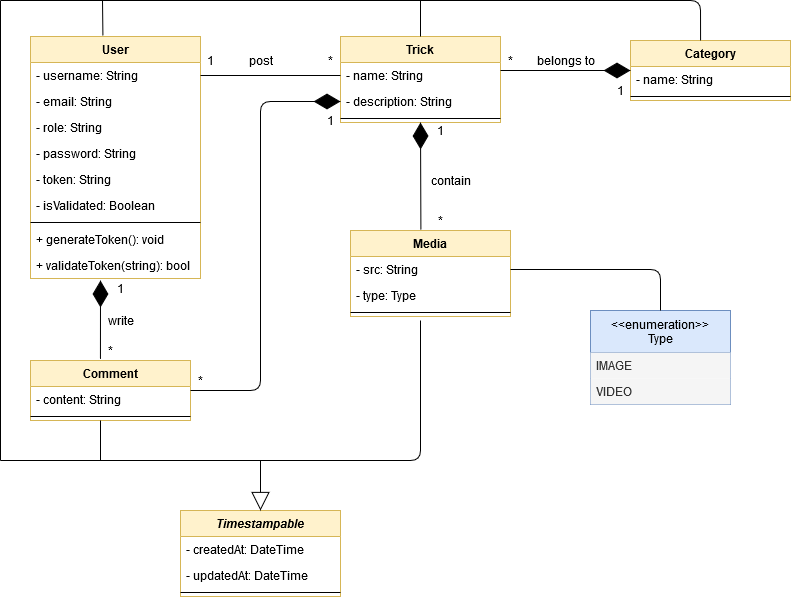
Eredost/SnowTricks keeps this draw.io diagram as diagrams/Class.png. Above is the earlier version. Source tidied: cells renumbered, new cells last; positions are measured from the earlier drawing's top-left corner, leaving out a move shared by most shapes.
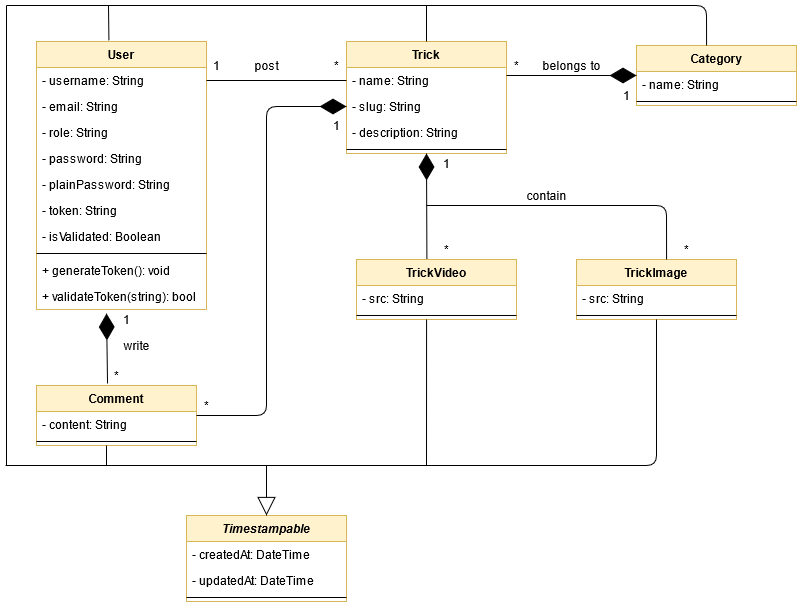
After the change.

Diff of the diagram source:
```diff
@@ -12,47 +12,31 @@
       <mxGeometry y="52" width="160" height="8" as="geometry" />
     </mxCell>
     <mxCell id="5" value="Trick" style="swimlane;fontStyle=1;align=center;verticalAlign=top;horizontal=1;startSize=26;fillColor=#fff2cc;strokeColor=#d6b656;" parent="1" vertex="1">
-      <mxGeometry x="340" y="36" width="160" height="86" as="geometry" />
+      <mxGeometry x="340" y="36" width="160" height="112" as="geometry" />
     </mxCell>
     <mxCell id="6" value="- name: String" style="text;strokeColor=none;fillColor=none;align=left;verticalAlign=top;spacingLeft=4;spacingRight=4;overflow=hidden;points=[[0,0.5],[1,0.5]];portConstraint=eastwest;" parent="5" vertex="1">
       <mxGeometry y="26" width="160" height="26" as="geometry" />
     </mxCell>
+    <mxCell id="60" value="- slug: String" style="text;strokeColor=none;fillColor=none;align=left;verticalAlign=top;spacingLeft=4;spacingRight=4;overflow=hidden;points=[[0,0.5],[1,0.5]];portConstraint=eastwest;" parent="5" vertex="1">
+      <mxGeometry y="52" width="160" height="26" as="geometry" />
+    </mxCell>
     <mxCell id="7" value="- description: String" style="text;strokeColor=none;fillColor=none;align=left;verticalAlign=top;spacingLeft=4;spacingRight=4;overflow=hidden;points=[[0,0.5],[1,0.5]];portConstraint=eastwest;" parent="5" vertex="1">
-      <mxGeometry y="52" width="160" height="26" as="geometry" />
+      <mxGeometry y="78" width="160" height="26" as="geometry" />
     </mxCell>
     <mxCell id="8" style="line;strokeWidth=1;fillColor=none;align=left;verticalAlign=middle;spacingTop=-1;spacingLeft=3;spacingRight=3;labelPosition=right;" parent="5" vertex="1">
-      <mxGeometry y="78" width="160" height="8" as="geometry" />
+      <mxGeometry y="104" width="160" height="8" as="geometry" />
     </mxCell>
-    <mxCell id="9" value="Media" style="swimlane;fontStyle=1;align=center;verticalAlign=top;horizontal=1;startSize=26;fillColor=#fff2cc;strokeColor=#d6b656;" parent="1" vertex="1">
-      <mxGeometry x="350" y="230" width="160" height="86" as="geometry" />
+    <mxCell id="9" value="TrickVideo" style="swimlane;fontStyle=1;align=center;verticalAlign=top;horizontal=1;startSize=26;fillColor=#fff2cc;strokeColor=#d6b656;" parent="1" vertex="1">
+      <mxGeometry x="350" y="254" width="160" height="60" as="geometry" />
     </mxCell>
     <mxCell id="10" value="- src: String" style="text;strokeColor=none;fillColor=none;align=left;verticalAlign=top;spacingLeft=4;spacingRight=4;overflow=hidden;points=[[0,0.5],[1,0.5]];portConstraint=eastwest;" parent="9" vertex="1">
       <mxGeometry y="26" width="160" height="26" as="geometry" />
     </mxCell>
-    <mxCell id="11" value="- type: Type" style="text;strokeColor=none;fillColor=none;align=left;verticalAlign=top;spacingLeft=4;spacingRight=4;overflow=hidden;" parent="9" vertex="1">
-      <mxGeometry y="52" width="160" height="26" as="geometry" />
-    </mxCell>
     <mxCell id="12" style="line;strokeWidth=1;fillColor=none;align=left;verticalAlign=middle;spacingTop=-1;spacingLeft=3;spacingRight=3;labelPosition=right;points=[];portConstraint=eastwest;" parent="9" vertex="1">
-      <mxGeometry y="78" width="160" height="8" as="geometry" />
+      <mxGeometry y="52" width="160" height="8" as="geometry" />
     </mxCell>
-    <mxCell id="13" value="&lt;&lt;enumeration&gt;&gt;&#10;Type" style="swimlane;fontStyle=0;horizontal=1;startSize=42;fillColor=#dae8fc;strokeColor=#6c8ebf;" parent="1" vertex="1">
-      <mxGeometry x="590" y="310" width="140" height="94" as="geometry" />
-    </mxCell>
-    <mxCell id="14" value="IMAGE" style="text;align=left;verticalAlign=top;spacingLeft=4;spacingRight=4;overflow=hidden;fontColor=#333333;fillColor=#f5f5f5;" parent="13" vertex="1">
-      <mxGeometry y="42" width="140" height="26" as="geometry" />
-    </mxCell>
-    <mxCell id="15" value="VIDEO" style="text;fillColor=#f5f5f5;align=left;verticalAlign=top;spacingLeft=4;spacingRight=4;overflow=hidden;fontColor=#333333;" parent="13" vertex="1">
-      <mxGeometry y="68" width="140" height="26" as="geometry" />
-    </mxCell>
-    <mxCell id="16" style="endArrow=none;html=1;exitX=1;exitY=0.5;exitDx=0;exitDy=0;entryX=0.5;entryY=0;entryDx=0;entryDy=0;" parent="1" edge="1" source="10" target="13">
-      <mxGeometry relative="1" as="geometry">
-        <Array as="points">
-          <mxPoint x="660" y="269" />
-        </Array>
-      </mxGeometry>
-    </mxCell>
     <mxCell id="17" value="User" style="swimlane;fontStyle=1;align=center;verticalAlign=top;horizontal=1;startSize=26;fillColor=#fff2cc;strokeColor=#d6b656;" parent="1" vertex="1">
-      <mxGeometry x="30" y="36" width="170" height="242" as="geometry" />
+      <mxGeometry x="30" y="36" width="170" height="268" as="geometry" />
     </mxCell>
     <mxCell id="18" value="- username: String" style="text;strokeColor=none;fillColor=none;align=left;verticalAlign=top;spacingLeft=4;spacingRight=4;overflow=hidden;points=[[0,0.5],[1,0.5]];portConstraint=eastwest;" parent="17" vertex="1">
       <mxGeometry y="26" width="170" height="26" as="geometry" />
@@ -66,23 +50,26 @@
     <mxCell id="21" value="- password: String" style="text;strokeColor=none;fillColor=none;align=left;verticalAlign=top;spacingLeft=4;spacingRight=4;overflow=hidden;" parent="17" vertex="1">
       <mxGeometry y="104" width="170" height="26" as="geometry" />
     </mxCell>
+    <mxCell id="61" value="- plainPassword: String" style="text;strokeColor=none;fillColor=none;align=left;verticalAlign=top;spacingLeft=4;spacingRight=4;overflow=hidden;" parent="17" vertex="1">
+      <mxGeometry y="130" width="170" height="26" as="geometry" />
+    </mxCell>
     <mxCell id="22" value="- token: String" style="text;strokeColor=none;fillColor=none;align=left;verticalAlign=top;spacingLeft=4;spacingRight=4;overflow=hidden;" parent="17" vertex="1">
-      <mxGeometry y="130" width="170" height="26" as="geometry" />
+      <mxGeometry y="156" width="170" height="26" as="geometry" />
     </mxCell>
     <mxCell id="23" value="- isValidated: Boolean" style="text;strokeColor=none;fillColor=none;align=left;verticalAlign=top;spacingLeft=4;spacingRight=4;overflow=hidden;" parent="17" vertex="1">
-      <mxGeometry y="156" width="170" height="26" as="geometry" />
+      <mxGeometry y="182" width="170" height="26" as="geometry" />
     </mxCell>
     <mxCell id="24" style="line;strokeWidth=1;fillColor=none;align=left;verticalAlign=middle;spacingTop=-1;spacingLeft=3;spacingRight=3;labelPosition=right;" parent="17" vertex="1">
-      <mxGeometry y="182" width="170" height="8" as="geometry" />
+      <mxGeometry y="208" width="170" height="8" as="geometry" />
     </mxCell>
     <mxCell id="25" value="+ generateToken(): void" style="text;strokeColor=none;fillColor=none;align=left;verticalAlign=top;spacingLeft=4;spacingRight=4;overflow=hidden;" parent="17" vertex="1">
-      <mxGeometry y="190" width="170" height="26" as="geometry" />
+      <mxGeometry y="216" width="170" height="26" as="geometry" />
     </mxCell>
     <mxCell id="26" value="+ validateToken(string): bool" style="text;strokeColor=none;fillColor=none;align=left;verticalAlign=top;spacingLeft=4;spacingRight=4;overflow=hidden;points=[[0,0.5],[1,0.5]];portConstraint=eastwest;" parent="17" vertex="1">
-      <mxGeometry y="216" width="170" height="26" as="geometry" />
+      <mxGeometry y="242" width="170" height="26" as="geometry" />
     </mxCell>
     <mxCell id="27" value="Comment" style="swimlane;fontStyle=1;align=center;verticalAlign=top;horizontal=1;startSize=26;fillColor=#fff2cc;strokeColor=#d6b656;" parent="1" vertex="1">
-      <mxGeometry x="30" y="360" width="160" height="60" as="geometry" />
+      <mxGeometry x="30" y="380" width="160" height="60" as="geometry" />
     </mxCell>
     <mxCell id="28" value="- content: String" style="text;strokeColor=none;fillColor=none;align=left;verticalAlign=top;spacingLeft=4;spacingRight=4;overflow=hidden;" parent="27" vertex="1">
       <mxGeometry y="26" width="160" height="26" as="geometry" />
@@ -108,27 +95,25 @@
     <mxCell id="34" value="belongs to" style="text;html=1;align=center;verticalAlign=middle;" parent="1" vertex="1">
       <mxGeometry x="530" y="50" width="70" height="20" as="geometry" />
     </mxCell>
-    <mxCell id="35" style="endArrow=diamondThin;endFill=1;endSize=24;html=1;entryX=0;entryY=0.5;entryDx=0;entryDy=0;exitX=1;exitY=0.5;exitDx=0;exitDy=0;" parent="1" edge="1" source="27" target="7">
+    <mxCell id="35" style="endArrow=diamondThin;endFill=1;endSize=24;html=1;entryX=0;entryY=0.5;entryDx=0;entryDy=0;exitX=1;exitY=0.5;exitDx=0;exitDy=0;" parent="1" edge="1" source="27" target="60">
       <mxGeometry relative="1" as="geometry">
         <Array as="points">
-          <mxPoint x="260" y="390" />
+          <mxPoint x="260" y="410" />
           <mxPoint x="260" y="101" />
         </Array>
       </mxGeometry>
     </mxCell>
-    <mxCell id="36" style="endArrow=diamondThin;endFill=1;endSize=24;html=1;exitX=-0.003;exitY=0.922;exitDx=0;exitDy=0;exitPerimeter=0;" parent="1" edge="1" source="46">
-      <mxGeometry relative="1" as="geometry">
-        <mxPoint x="100" y="280" as="targetPoint" />
-      </mxGeometry>
+    <mxCell id="36" style="endArrow=diamondThin;endFill=1;endSize=24;html=1;exitX=0.444;exitY=-0.033;exitDx=0;exitDy=0;exitPerimeter=0;entryX=0.412;entryY=1.154;entryDx=0;entryDy=0;entryPerimeter=0;" parent="1" edge="1" source="27" target="26">
+      <mxGeometry relative="1" as="geometry" />
     </mxCell>
     <mxCell id="37" value="1" style="text;html=1;align=center;verticalAlign=middle;" parent="1" vertex="1">
-      <mxGeometry x="430" y="120" width="20" height="20" as="geometry" />
+      <mxGeometry x="430" y="148" width="20" height="20" as="geometry" />
     </mxCell>
     <mxCell id="38" value="*" style="text;html=1;align=center;verticalAlign=middle;" parent="1" vertex="1">
-      <mxGeometry x="430" y="210" width="20" height="20" as="geometry" />
+      <mxGeometry x="430" y="234" width="20" height="20" as="geometry" />
     </mxCell>
     <mxCell id="39" value="contain" style="text;html=1;align=center;verticalAlign=middle;" parent="1" vertex="1">
-      <mxGeometry x="420" y="170" width="60" height="20" as="geometry" />
+      <mxGeometry x="510" y="180" width="60" height="20" as="geometry" />
     </mxCell>
     <mxCell id="40" style="endArrow=none;html=1;exitX=1;exitY=0.5;exitDx=0;exitDy=0;entryX=0;entryY=0.5;entryDx=0;entryDy=0;" parent="1" edge="1" source="18" target="6">
       <mxGeometry relative="1" as="geometry" />
@@ -143,19 +128,19 @@
       <mxGeometry x="320" y="50" width="20" height="20" as="geometry" />
     </mxCell>
     <mxCell id="44" value="write" style="text;html=1;align=center;verticalAlign=middle;" parent="1" vertex="1">
-      <mxGeometry x="100" y="310" width="40" height="20" as="geometry" />
+      <mxGeometry x="110" y="330" width="40" height="20" as="geometry" />
     </mxCell>
     <mxCell id="45" value="1" style="text;html=1;align=center;verticalAlign=middle;" parent="1" vertex="1">
-      <mxGeometry x="110" y="278" width="20" height="20" as="geometry" />
+      <mxGeometry x="110" y="304" width="20" height="20" as="geometry" />
     </mxCell>
     <mxCell id="46" value="*" style="text;html=1;align=center;verticalAlign=middle;points=[];" parent="1" vertex="1">
-      <mxGeometry x="100" y="340" width="20" height="20" as="geometry" />
+      <mxGeometry x="100" y="360" width="20" height="20" as="geometry" />
     </mxCell>
     <mxCell id="47" value="1" style="text;html=1;align=center;verticalAlign=middle;" parent="1" vertex="1">
       <mxGeometry x="320" y="110" width="20" height="20" as="geometry" />
     </mxCell>
     <mxCell id="48" value="*" style="text;html=1;align=center;verticalAlign=middle;" parent="1" vertex="1">
-      <mxGeometry x="190" y="370" width="20" height="20" as="geometry" />
+      <mxGeometry x="190" y="390" width="20" height="20" as="geometry" />
     </mxCell>
     <mxCell id="49" value="Timestampable" style="swimlane;fontStyle=3;align=center;verticalAlign=top;horizontal=1;startSize=26;fillColor=#fff2cc;strokeColor=#d6b656;" parent="1" vertex="1">
       <mxGeometry x="180" y="510" width="160" height="86" as="geometry" />
@@ -193,25 +178,49 @@
         <mxPoint x="102" as="targetPoint" />
       </mxGeometry>
     </mxCell>
-    <mxCell id="57" style="endArrow=none;html=1;" parent="1" edge="1">
-      <mxGeometry relative="1" as="geometry">
-        <mxPoint y="460" as="sourcePoint" />
-        <mxPoint x="420" y="320" as="targetPoint" />
-        <Array as="points">
-          <mxPoint x="420" y="460" />
-        </Array>
-      </mxGeometry>
-    </mxCell>
     <mxCell id="58" style="endArrow=block;endSize=16;endFill=0;html=1;entryX=0.5;entryY=0;entryDx=0;entryDy=0;" parent="1" edge="1" target="49">
       <mxGeometry relative="1" as="geometry">
         <mxPoint x="260" y="460" as="sourcePoint" />
       </mxGeometry>
     </mxCell>
-    <mxCell id="59" style="endArrow=none;html=1;" parent="1" edge="1">
-      <mxGeometry relative="1" as="geometry">
-        <mxPoint x="100" y="460" as="sourcePoint" />
-        <mxPoint x="100" y="420" as="targetPoint" />
-      </mxGeometry>
-    </mxCell>
+    <mxCell id="62" value="TrickImage" style="swimlane;fontStyle=1;align=center;verticalAlign=top;horizontal=1;startSize=26;fillColor=#fff2cc;strokeColor=#d6b656;" parent="1" vertex="1">
+      <mxGeometry x="570" y="254" width="160" height="60" as="geometry" />
+    </mxCell>
+    <mxCell id="63" value="- src: String" style="text;strokeColor=none;fillColor=none;align=left;verticalAlign=top;spacingLeft=4;spacingRight=4;overflow=hidden;" parent="62" vertex="1">
+      <mxGeometry y="26" width="160" height="26" as="geometry" />
+    </mxCell>
+    <mxCell id="64" style="line;strokeWidth=1;fillColor=none;align=left;verticalAlign=middle;spacingTop=-1;spacingLeft=3;spacingRight=3;labelPosition=right;" parent="62" vertex="1">
+      <mxGeometry y="52" width="160" height="8" as="geometry" />
+    </mxCell>
+    <mxCell id="65" style="endArrow=none;html=1;entryX=0.5;entryY=1;entryDx=0;entryDy=0;" parent="1" edge="1" target="62">
+      <mxGeometry relative="1" as="geometry">
+        <mxPoint x="-1" y="460" as="sourcePoint" />
+        <Array as="points">
+          <mxPoint x="650" y="460" />
+        </Array>
+      </mxGeometry>
+    </mxCell>
+    <mxCell id="66" style="endArrow=none;html=1;entryX=0.563;entryY=0;entryDx=0;entryDy=0;entryPerimeter=0;" parent="1" edge="1" target="62">
+      <mxGeometry relative="1" as="geometry">
+        <mxPoint x="420" y="200" as="sourcePoint" />
+        <Array as="points">
+          <mxPoint x="660" y="200" />
+        </Array>
+      </mxGeometry>
+    </mxCell>
+    <mxCell id="67" value="*" style="text;html=1;align=center;verticalAlign=middle;" parent="1" vertex="1">
+      <mxGeometry x="670" y="234" width="20" height="20" as="geometry" />
+    </mxCell>
+    <mxCell id="68" style="endArrow=none;html=1;entryX=0.438;entryY=1;entryDx=0;entryDy=0;entryPerimeter=0;" parent="1" edge="1" target="12">
+      <mxGeometry relative="1" as="geometry">
+        <mxPoint x="420" y="460" as="sourcePoint" />
+      </mxGeometry>
+    </mxCell>
+    <mxCell id="69" style="endArrow=none;html=1;" parent="1" edge="1">
+      <mxGeometry relative="1" as="geometry">
+        <mxPoint x="100" y="460" as="sourcePoint" />
+        <mxPoint x="100" y="440" as="targetPoint" />
+      </mxGeometry>
+    </mxCell>
   </root>
 </mxGraphModel>
```
